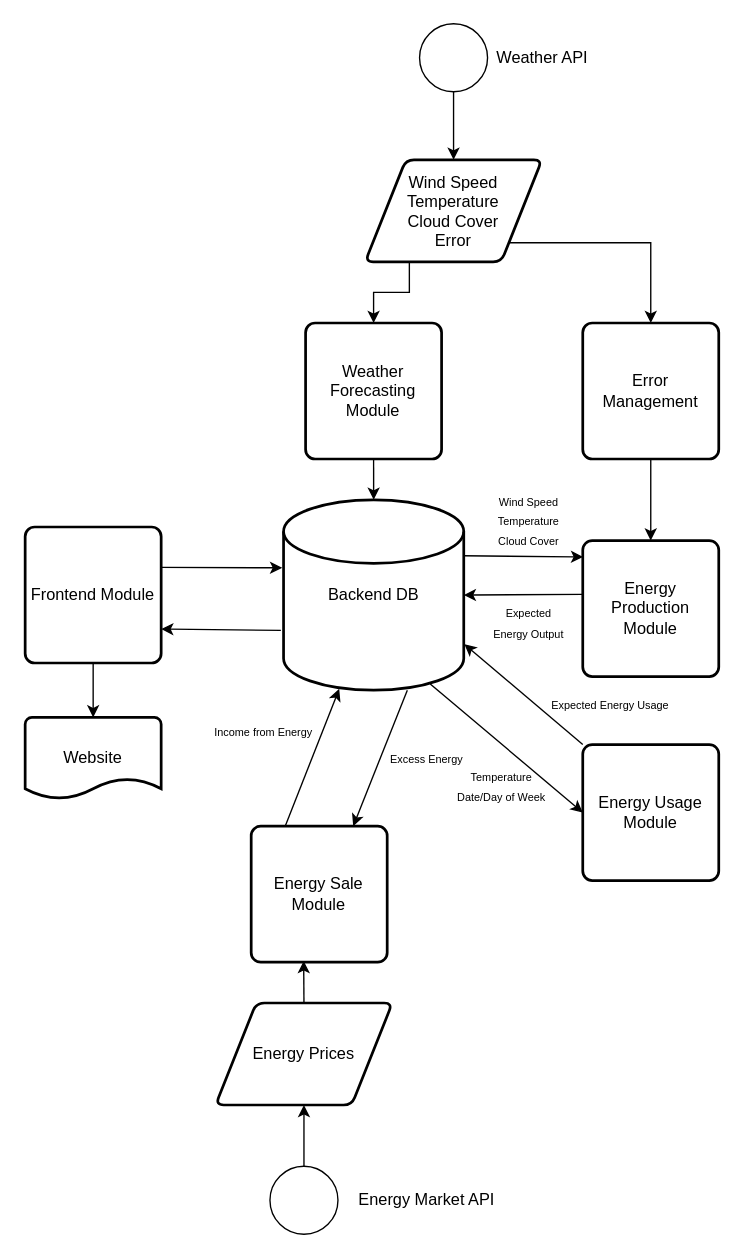
aber-wgr/ConvergenceDiagrams keeps this draw.io diagram as Convergence.drawio. Above is the earlier version. Source tidied: cells renumbered, new cells numbered last; positions are measured from the earlier drawing's top-left corner, leaving out a move shared by most shapes. Both pictures are drawn from the tidied source at 136%, with x=0, y=0 at pixel (24, 23).
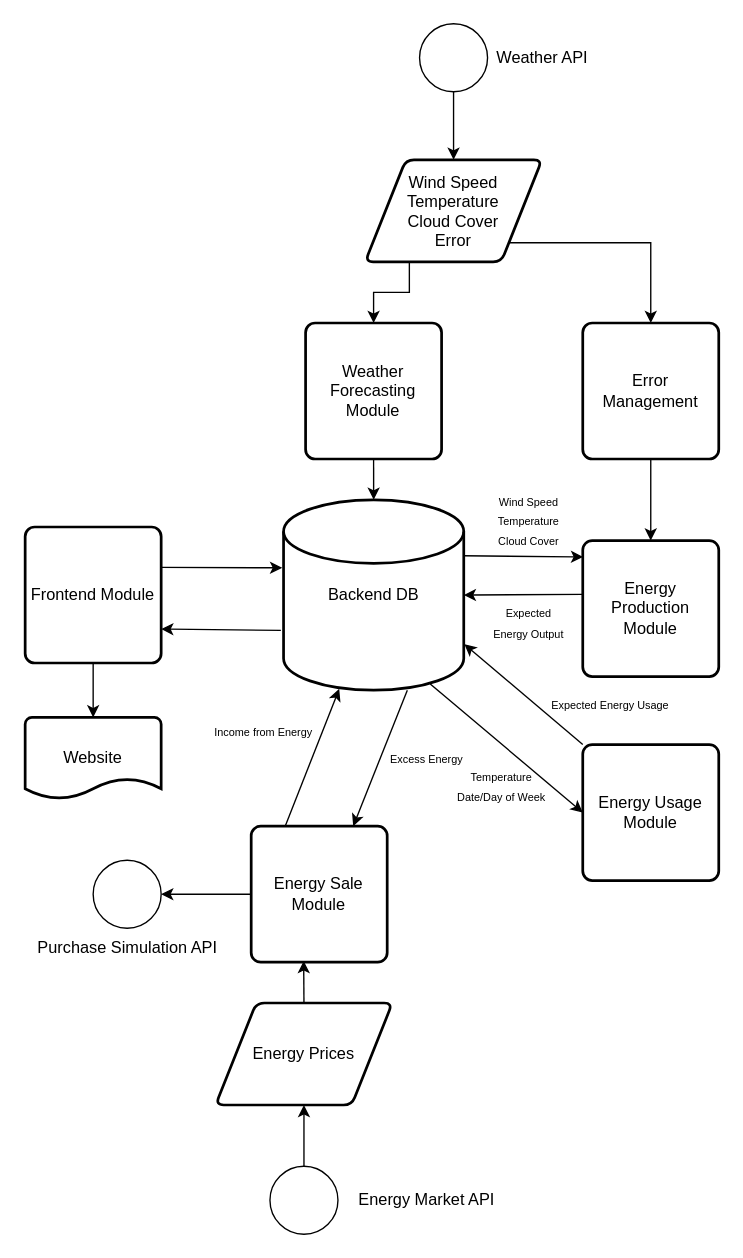
Above is the later version.

Unchanged cells that the change refers to:
```xml
<mxCell id="21" value="Energy Sale Module" style="rounded=1;whiteSpace=wrap;html=1;absoluteArcSize=1;arcSize=14;strokeWidth=2;" parent="1" vertex="1">
  <mxGeometry x="166.2" y="590" width="100" height="100" as="geometry" />
</mxCell>
```

The edit, as a diff of the source:
```diff
@@
+    <mxCell id="38" style="edgeStyle=orthogonalEdgeStyle;rounded=0;jettySize=auto;html=1;exitX=0;exitY=0.5;exitDx=0;exitDy=0;entryX=1;entryY=0.5;entryDx=0;entryDy=0;" parent="1" edge="1" source="21" target="39">
+      <mxGeometry relative="1" as="geometry" />
+    </mxCell>
@@
+    <mxCell id="39" style="ellipse;whiteSpace=wrap;html=1;" parent="1" vertex="1">
+      <mxGeometry x="50" y="615" width="50" height="50" as="geometry" />
+    </mxCell>
+    <mxCell id="40" value="Purchase Simulation API" style="text;html=1;align=center;verticalAlign=middle;" parent="1" vertex="1">
+      <mxGeometry y="670" width="150" height="20" as="geometry" />
+    </mxCell>
```
